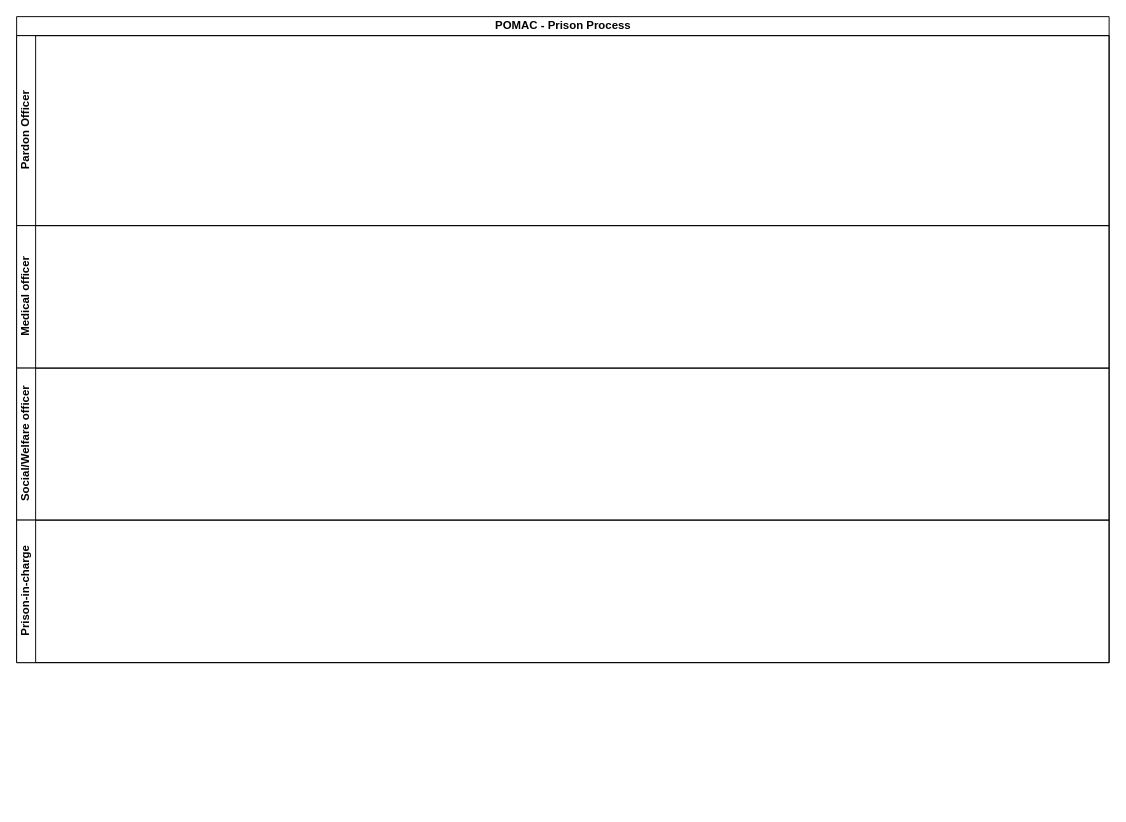
Before: POMAC - Prison Process.drawio in kmagua/flowcharts, a draw.io diagram. Source tidied: cells renumbered, new cells numbered last; positions are measured from the earlier drawing's top-left corner, leaving out a move shared by most shapes. Both pictures are drawn from the tidied source at 95%, with x=0, y=0 at pixel (16, 16).
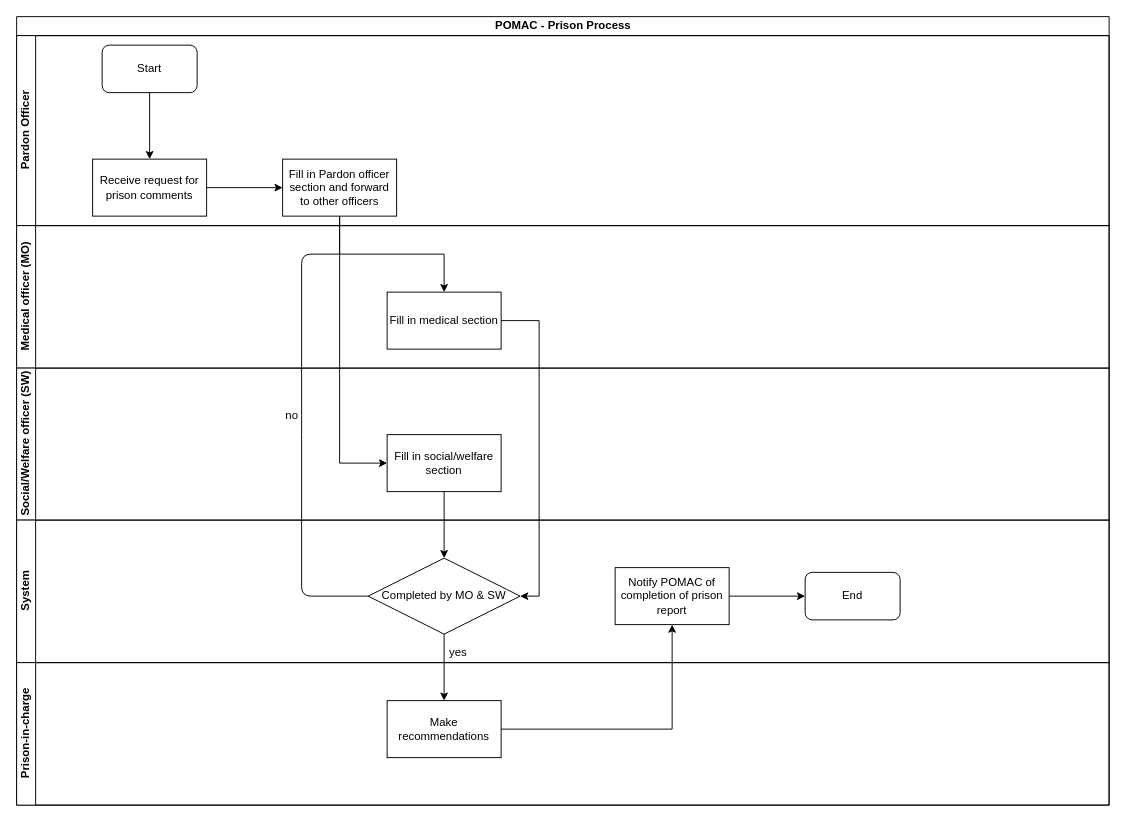
Above is the later version.

The change refers to these unchanged cells:
```xml
<mxCell id="3" value="Pardon Officer" style="swimlane;html=1;startSize=20;horizontal=0;" parent="2" vertex="1">
  <mxGeometry y="20" width="1150" height="200" as="geometry" />
</mxCell>
```

The edit, as a diff of the source:
```diff
@@
     <mxCell id="2" value="POMAC - Prison Process" style="swimlane;html=1;horizontal=1;startSize=20;" parent="1" vertex="1">
-      <mxGeometry width="1150" height="680" as="geometry" />
+      <mxGeometry width="1150" height="830" as="geometry" />
     </mxCell>
@@
+    <mxCell id="7" value="Start" style="rounded=1;whiteSpace=wrap;html=1;" parent="3" vertex="1">
+      <mxGeometry x="90" y="10" width="100" height="50" as="geometry" />
+    </mxCell>
+    <mxCell id="8" value="Receive request for prison comments" style="rounded=0;whiteSpace=wrap;html=1;" parent="3" vertex="1">
+      <mxGeometry x="80" y="130" width="120" height="60" as="geometry" />
+    </mxCell>
+    <mxCell id="9" style="edgeStyle=orthogonalEdgeStyle;rounded=0;jettySize=auto;html=1;entryX=0.5;entryY=0;entryDx=0;entryDy=0;" parent="3" edge="1" source="7" target="8">
+      <mxGeometry relative="1" as="geometry" />
+    </mxCell>
-    <mxCell id="4" value="Medical officer" style="swimlane;html=1;startSize=20;horizontal=0;" parent="2" vertex="1">
+    <mxCell id="4" value="Medical officer (MO)" style="swimlane;html=1;startSize=20;horizontal=0;" parent="2" vertex="1">
       <mxGeometry y="220" width="1150" height="150" as="geometry" />
     </mxCell>
+    <mxCell id="10" value="Fill in medical section" style="whiteSpace=wrap;html=1;rounded=0;" parent="4" vertex="1">
+      <mxGeometry x="390" y="70" width="120" height="60" as="geometry" />
+    </mxCell>
-    <mxCell id="5" value="Social/Welfare officer" style="swimlane;html=1;startSize=20;horizontal=0;" parent="2" vertex="1">
+    <mxCell id="5" value="Social/Welfare officer (SW)" style="swimlane;html=1;startSize=20;horizontal=0;" parent="2" vertex="1">
       <mxGeometry y="370" width="1150" height="160" as="geometry" />
     </mxCell>
+    <mxCell id="11" value="Fill in social/welfare section" style="rounded=0;whiteSpace=wrap;html=1;" parent="5" vertex="1">
+      <mxGeometry x="390" y="70" width="120" height="60" as="geometry" />
+    </mxCell>
+    <mxCell id="12" value="no" style="text;html=1;strokeColor=none;fillColor=none;align=center;verticalAlign=middle;whiteSpace=wrap;rounded=0;" parent="5" vertex="1">
+      <mxGeometry x="270" y="40" width="40" height="20" as="geometry" />
+    </mxCell>
-    <mxCell id="6" value="Prison-in-charge" style="swimlane;html=1;startSize=20;horizontal=0;" parent="2" vertex="1">
+    <mxCell id="6" value="System" style="swimlane;html=1;startSize=20;horizontal=0;" parent="2" vertex="1">
       <mxGeometry y="530" width="1150" height="150" as="geometry" />
     </mxCell>
+    <mxCell id="13" value="Notify POMAC of completion of prison report" style="whiteSpace=wrap;html=1;rounded=0;" parent="6" vertex="1">
+      <mxGeometry x="630" y="50" width="120" height="60" as="geometry" />
+    </mxCell>
+    <mxCell id="14" value="End" style="rounded=1;whiteSpace=wrap;html=1;" parent="6" vertex="1">
+      <mxGeometry x="830" y="55" width="100" height="50" as="geometry" />
+    </mxCell>
+    <mxCell id="15" style="edgeStyle=orthogonalEdgeStyle;rounded=0;jettySize=auto;html=1;entryX=0;entryY=0.5;entryDx=0;entryDy=0;" parent="6" edge="1" source="13" target="14">
+      <mxGeometry relative="1" as="geometry" />
+    </mxCell>
+    <mxCell id="16" value="Completed by MO &amp;amp; SW" style="rhombus;whiteSpace=wrap;html=1;" parent="6" vertex="1">
+      <mxGeometry x="370" y="40" width="160" height="80" as="geometry" />
+    </mxCell>
+    <mxCell id="17" value="Prison-in-charge" style="swimlane;html=1;startSize=20;horizontal=0;" parent="2" vertex="1">
+      <mxGeometry y="680" width="1150" height="150" as="geometry" />
+    </mxCell>
+    <mxCell id="18" value="Make recommendations" style="whiteSpace=wrap;html=1;rounded=0;" parent="17" vertex="1">
+      <mxGeometry x="390" y="40" width="120" height="60" as="geometry" />
+    </mxCell>
+    <mxCell id="19" value="yes" style="text;html=1;strokeColor=none;fillColor=none;align=center;verticalAlign=middle;whiteSpace=wrap;rounded=0;" parent="17" vertex="1">
+      <mxGeometry x="445" y="-21" width="40" height="20" as="geometry" />
+    </mxCell>
+    <mxCell id="20" style="edgeStyle=orthogonalEdgeStyle;rounded=0;jettySize=auto;html=1;entryX=0.5;entryY=0;entryDx=0;entryDy=0;" parent="2" edge="1" source="11" target="16">
+      <mxGeometry relative="1" as="geometry" />
+    </mxCell>
+    <mxCell id="21" style="edgeStyle=orthogonalEdgeStyle;rounded=0;jettySize=auto;html=1;exitX=0.5;exitY=1;exitDx=0;exitDy=0;" parent="2" edge="1" source="16" target="18">
+      <mxGeometry relative="1" as="geometry" />
+    </mxCell>
+    <mxCell id="22" style="edgeStyle=orthogonalEdgeStyle;rounded=0;jettySize=auto;html=1;" parent="2" edge="1" source="18" target="13">
+      <mxGeometry relative="1" as="geometry" />
+    </mxCell>
+    <mxCell id="23" style="edgeStyle=orthogonalEdgeStyle;rounded=0;jettySize=auto;html=1;entryX=1;entryY=0.5;entryDx=0;entryDy=0;" parent="2" edge="1" source="10" target="16">
+      <mxGeometry relative="1" as="geometry">
+        <Array as="points">
+          <mxPoint x="550" y="320" />
+          <mxPoint x="550" y="610" />
+        </Array>
+      </mxGeometry>
+    </mxCell>
+    <mxCell id="24" style="edgeStyle=orthogonalEdgeStyle;rounded=0;jettySize=auto;html=1;" parent="1" edge="1" source="26" target="10">
+      <mxGeometry relative="1" as="geometry" />
+    </mxCell>
+    <mxCell id="25" style="edgeStyle=orthogonalEdgeStyle;rounded=0;jettySize=auto;html=1;exitX=0.5;exitY=1;exitDx=0;exitDy=0;entryX=0;entryY=0.5;entryDx=0;entryDy=0;" parent="1" edge="1" source="26" target="11">
+      <mxGeometry relative="1" as="geometry" />
+    </mxCell>
+    <mxCell id="26" value="Fill in Pardon officer section and forward to other officers" style="whiteSpace=wrap;html=1;rounded=0;" parent="1" vertex="1">
+      <mxGeometry x="280" y="150" width="120" height="60" as="geometry" />
+    </mxCell>
+    <mxCell id="27" style="edgeStyle=orthogonalEdgeStyle;rounded=0;jettySize=auto;html=1;" parent="1" edge="1" source="8" target="26">
+      <mxGeometry relative="1" as="geometry" />
+    </mxCell>
+    <mxCell id="28" style="endArrow=none;html=1;entryX=0;entryY=0.5;entryDx=0;entryDy=0;" parent="1" edge="1" target="16">
+      <mxGeometry relative="1" as="geometry">
+        <mxPoint x="340" y="250" as="sourcePoint" />
+        <Array as="points">
+          <mxPoint x="300" y="250" />
+          <mxPoint x="300" y="430" />
+          <mxPoint x="300" y="610" />
+        </Array>
+      </mxGeometry>
+    </mxCell>
```
